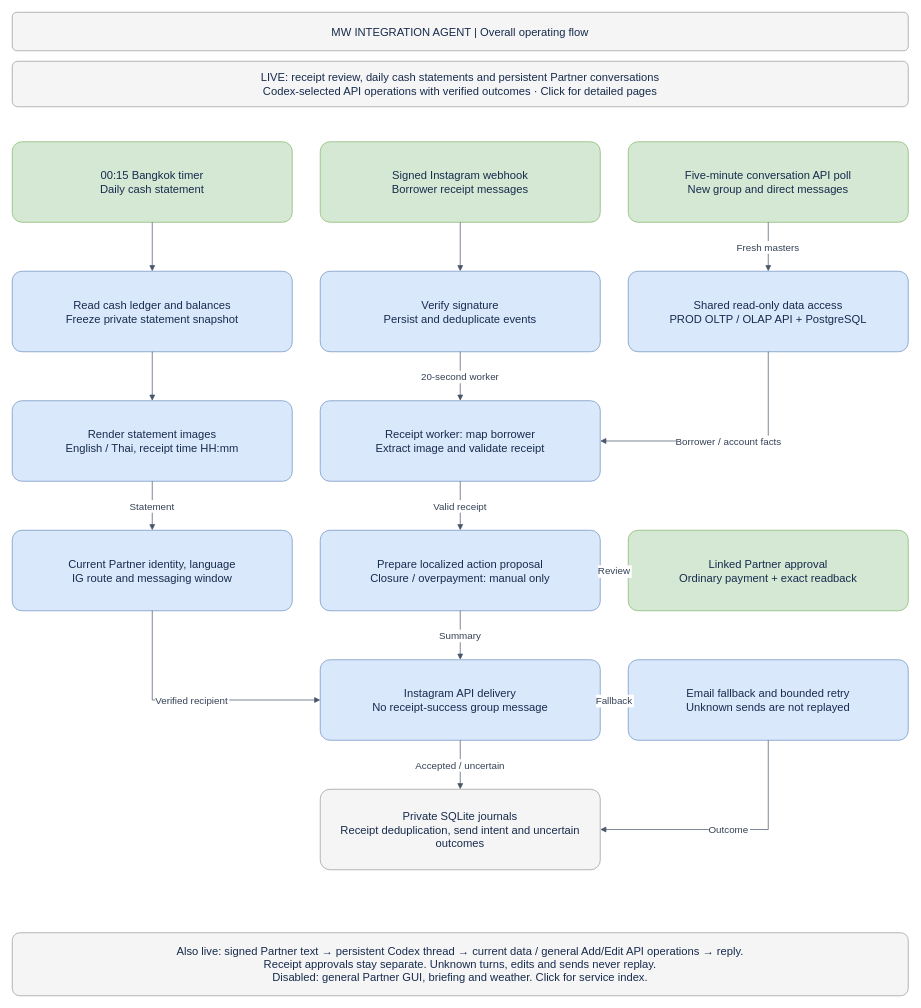
This is page "01 · Agent overview" (1 of 18) of docs/BUSINESS_PROCESS.drawio from welct0407/MW-Credit-App, a draw.io file, before an edit. Source tidied: cells renumbered, new cells numbered last; positions are measured from the earlier drawing's top-left corner, leaving out a move shared by most shapes. Both pictures are drawn from the tidied source at 70%, with x=0, y=0 at pixel (12, 12).
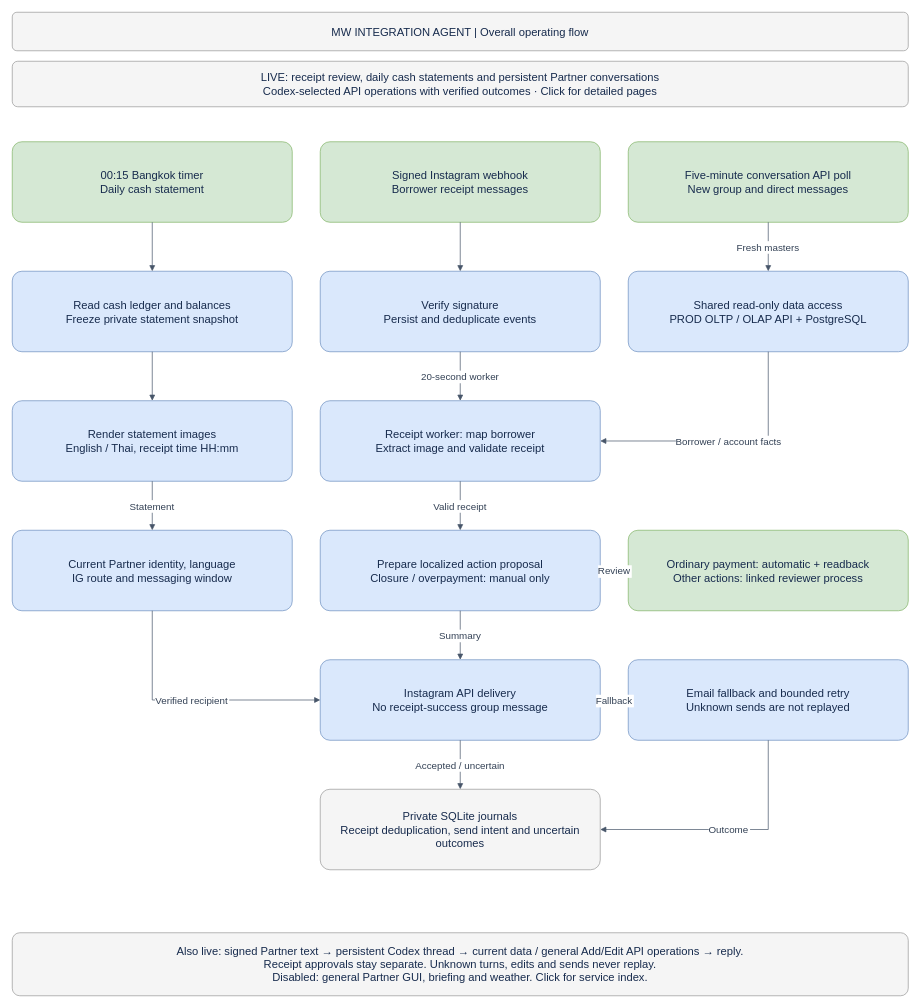
Above is the later version.

The edit, as a diff of the source:
```diff
@@
-    <mxCell id="12" value="Linked Partner approval&#10;Ordinary payment + exact readback" style="rounded=1;arcSize=12;whiteSpace=wrap;html=0;fillColor=#d5e8d4;strokeColor=#82b366;fontColor=#172b4d;fontSize=16;align=center;verticalAlign=middle;spacing=12;" parent="1" vertex="1">
+    <mxCell id="12" value="Ordinary payment: automatic + readback&#10;Other actions: linked reviewer process" style="rounded=1;arcSize=12;whiteSpace=wrap;html=0;fillColor=#d5e8d4;strokeColor=#82b366;fontColor=#172b4d;fontSize=16;align=center;verticalAlign=middle;spacing=12;" parent="1" vertex="1">
       <mxGeometry x="880" y="740" width="400" height="115" as="geometry" />
     </mxCell>
```
